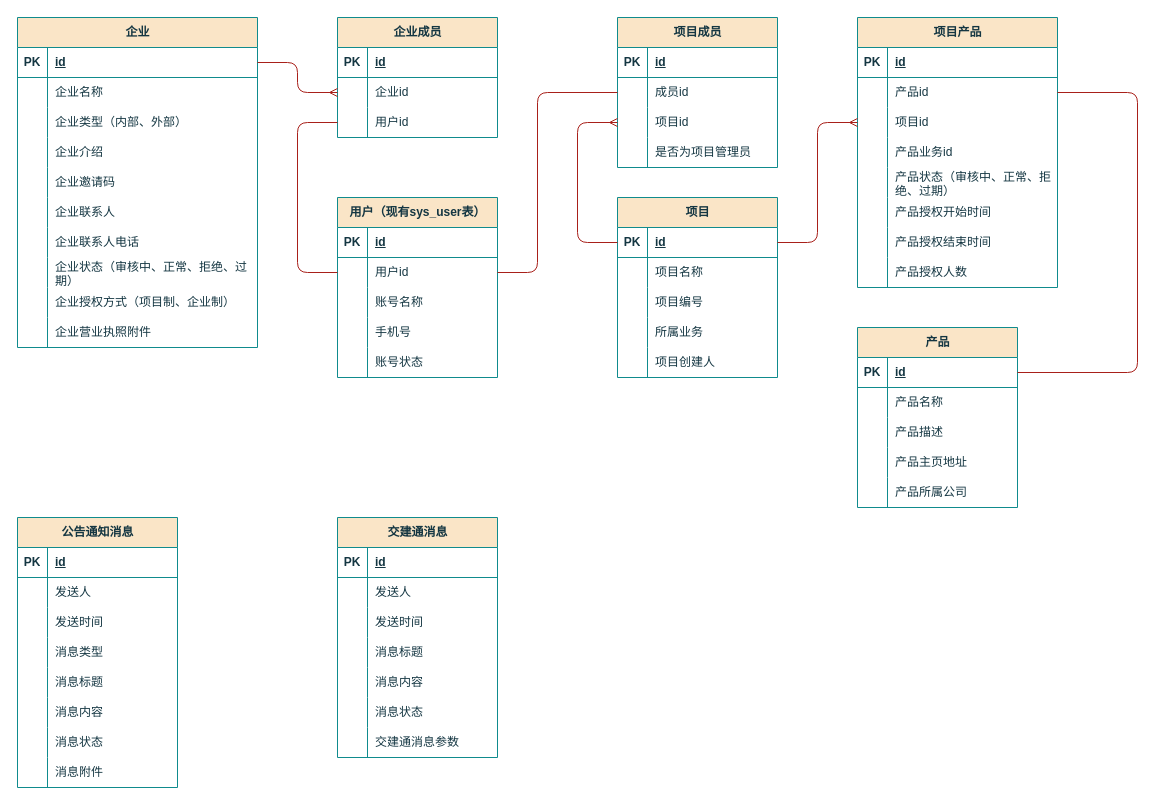
This is page "E-R图" (1 of 3) of others/产品中心.drawio from Qunz/drawio, a draw.io file, before an edit. Source tidied: cells renumbered, new cells numbered last; positions are measured from the earlier drawing's top-left corner, leaving out a move shared by most shapes. Both pictures are drawn from the tidied source at 100%, with x=0, y=0 at pixel (17, 17).
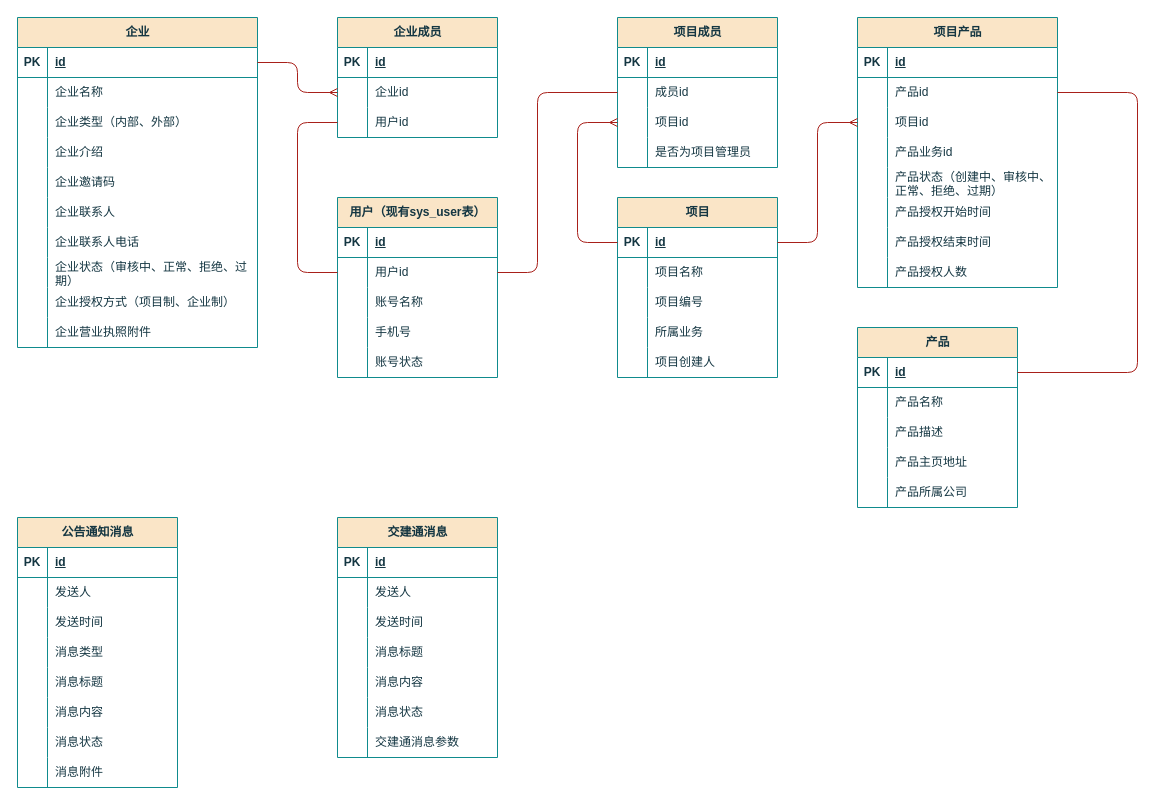
Above is the later version.

Unchanged cells that the change refers to:
```xml
<mxCell id="75" style="shape=tableRow;horizontal=0;startSize=0;swimlaneHead=0;swimlaneBody=0;fillColor=none;top=0;left=0;right=0;bottom=0;labelBackgroundColor=none;strokeColor=#0F8B8D;fontColor=#143642;" parent="62" vertex="1">
  <mxGeometry y="150" width="200" height="30" as="geometry" />
</mxCell>
```

Change to the diagram source:
```diff
@@
-    <mxCell id="77" value="产品状态（审核中、正常、拒绝、过期）" style="shape=partialRectangle;fillColor=none;top=0;left=0;bottom=0;right=0;align=left;spacingLeft=6;overflow=hidden;whiteSpace=wrap;html=1;labelBackgroundColor=none;strokeColor=#0F8B8D;fontColor=#143642;" parent="75" vertex="1">
+    <mxCell id="77" value="产品状态（创建中、审核中、正常、拒绝、过期）" style="shape=partialRectangle;fillColor=none;top=0;left=0;bottom=0;right=0;align=left;spacingLeft=6;overflow=hidden;whiteSpace=wrap;html=1;labelBackgroundColor=none;strokeColor=#0F8B8D;fontColor=#143642;" parent="75" vertex="1">
       <mxGeometry x="30" width="170" height="30" as="geometry" />
     </mxCell>
```
